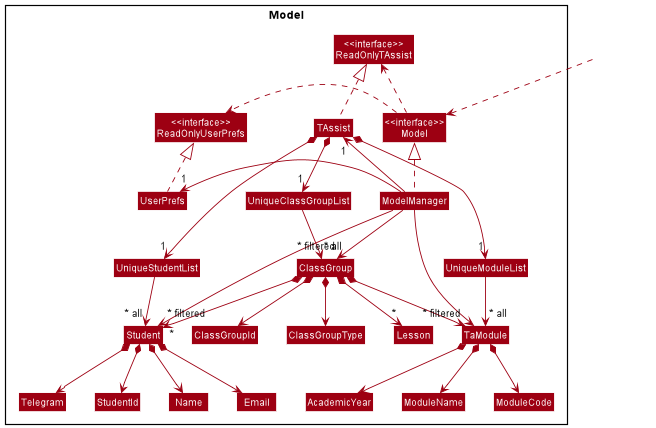
nus-cs2103-AY2122S2/tp keeps this PlantUML diagram as docs/images/ModelClassDiagram.png. Above is the earlier version.
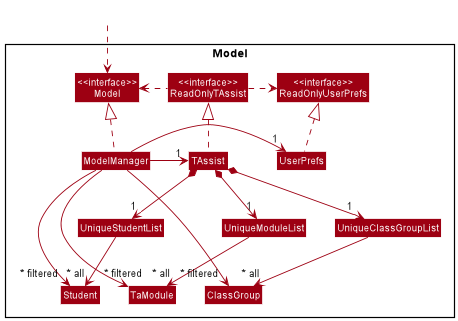
The same file after the commit.

The edit, as a diff of the source:
```diff
@@ -14,24 +14,12 @@
 
 Class UniqueStudentList
 Class Student
-Class StudentId
-Class Name
-Class Email
-Class Telegram
 
 Class UniqueModuleList
 Class TaModule
-Class ModuleName
-Class ModuleCode
-Class AcademicYear
 
 Class UniqueClassGroupList
 Class ClassGroup
-Class ClassGroupId
-Class ClassGroupType
-Class TaModule
-Class Lesson
-Class Student
 }
 
 Class HiddenOutside #FFFFFF
@@ -40,9 +28,9 @@
 TAssist .up.|> ReadOnlyTAssist
 
 ModelManager .up.|> Model
-Model .right.> ReadOnlyUserPrefs
-Model .left.> ReadOnlyTAssist
-ModelManager -left-> "1" TAssist
+ReadOnlyTAssist .right.> ReadOnlyUserPrefs
+ReadOnlyTAssist .left.> Model
+ModelManager -right-> "1" TAssist
 ModelManager -right-> "1" UserPrefs
 UserPrefs .up.|> ReadOnlyUserPrefs
 
@@ -51,25 +39,8 @@
 TAssist *--> "1" UniqueClassGroupList
 
 UniqueStudentList --> "~* all" Student
-Student *--> StudentId
-Student *--> Name
-Student *--> Email
-Student *--> Telegram
-
-
 UniqueModuleList --> "~* all" TaModule
-TaModule *--> ModuleName
-TaModule *--> ModuleCode
-TaModule *--> AcademicYear
-
-
 UniqueClassGroupList --> "~* all" ClassGroup
-ClassGroup *--> ClassGroupId
-ClassGroup *--> ClassGroupType
-ClassGroup *--> TaModule
-ClassGroup *--> "~*" Student
-ClassGroup *--> "~*" Lesson
-
 
 ModelManager -->"~* filtered" Student
 ModelManager -->"~* filtered" TaModule
```
